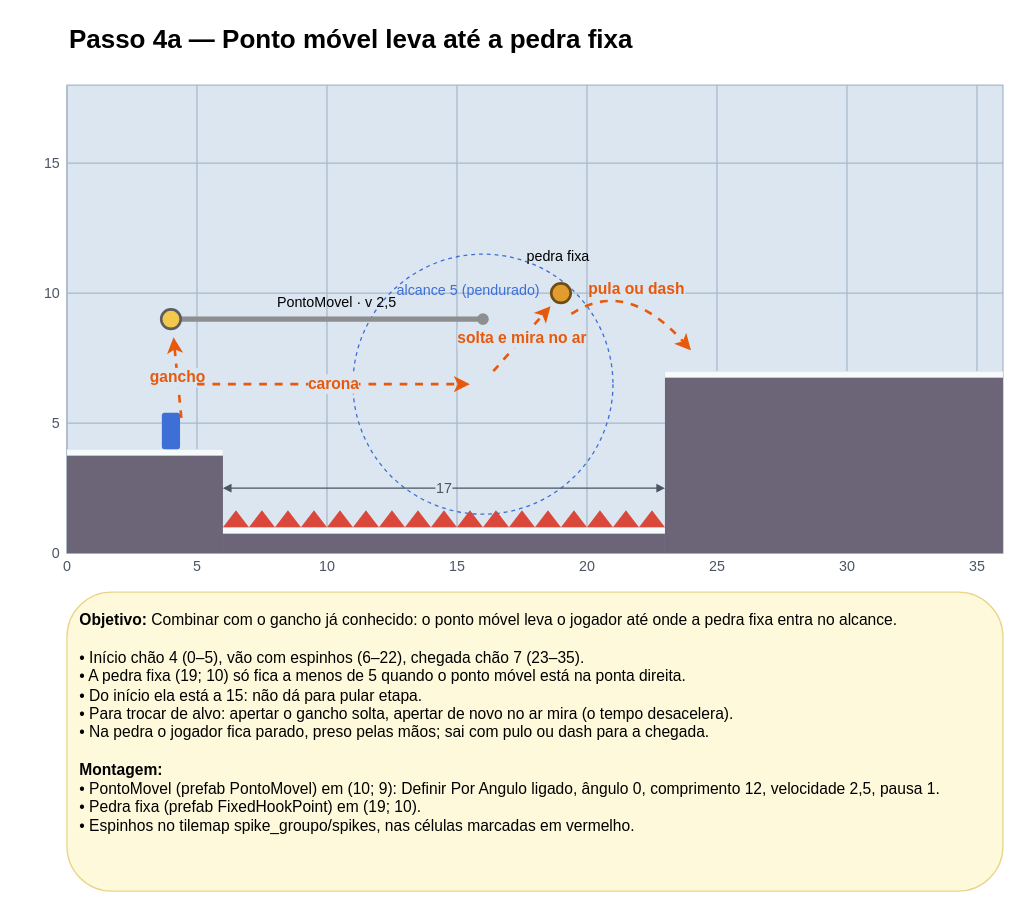
Above: page "Passo 4a — Ponto móvel leva até a pedra fixa" (5 of 20) of Design/level_design_ponto_movel.drawio in Vertigo-Game/prototipo (draw.io), before the change. Source tidied: cells renumbered, new cells numbered last; positions are measured from the earlier drawing's top-left corner, leaving out a move shared by most shapes. Both pictures are drawn from the tidied source at 130%, with x=0, y=0 at pixel (22, 22).
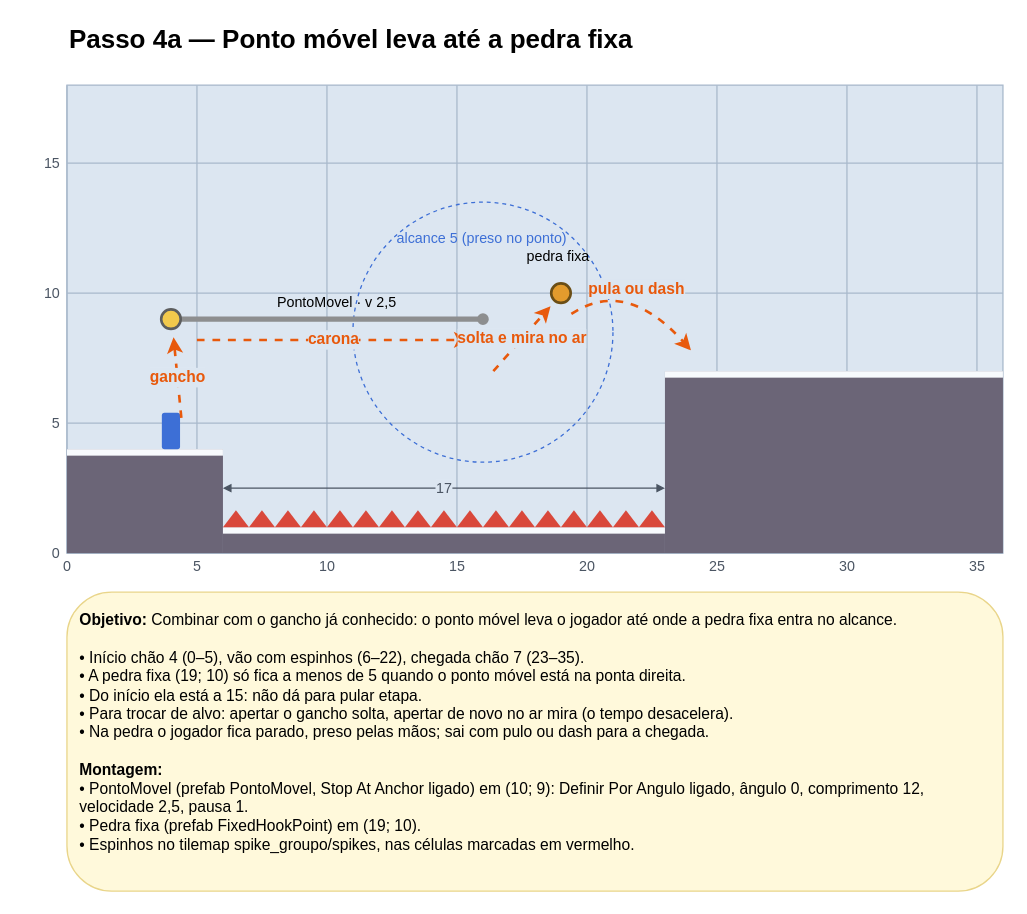
After the change.

Commit message (it also covers changes not shown here):
Adiciona o bloco 3 (vento) e ajusta os trechos ao ponto que segura nos desenhos de level design

What changed in the source:
```diff
@@
     <mxCell id="51" style="ellipse;html=1;fillColor=none;strokeColor=#3D6FD6;dashed=1;" parent="1" vertex="1">
-      <mxGeometry x="254" y="178" width="200" height="200" as="geometry" />
+      <mxGeometry x="254" y="138" width="200" height="200" as="geometry" />
     </mxCell>
-    <mxCell id="52" value="alcance 5 (pendurado)" style="text;html=1;strokeColor=none;fillColor=none;align=left;verticalAlign=middle;fontSize=11;fontColor=#3D6FD6;" parent="1" vertex="1">
-      <mxGeometry x="286" y="198" width="140" height="16" as="geometry" />
+    <mxCell id="52" value="alcance 5 (preso no ponto)" style="text;html=1;strokeColor=none;fillColor=none;align=left;verticalAlign=middle;fontSize=11;fontColor=#3D6FD6;" parent="1" vertex="1">
+      <mxGeometry x="286" y="158" width="140" height="16" as="geometry" />
     </mxCell>
@@
     <mxCell id="59" value="carona" style="endArrow=classic;html=1;curved=1;dashed=1;strokeColor=#E8590C;strokeWidth=2;fontSize=12;fontStyle=1;fontColor=#E8590C;labelBackgroundColor=#DCE6F1;" parent="1" edge="1">
       <mxGeometry relative="1" as="geometry">
-        <mxPoint x="134" y="278" as="sourcePoint" />
-        <mxPoint x="344" y="278" as="targetPoint" />
+        <mxPoint x="134" y="244" as="sourcePoint" />
+        <mxPoint x="344" y="244" as="targetPoint" />
       </mxGeometry>
     </mxCell>
@@
-    <mxCell id="64" value="&lt;b&gt;Objetivo:&lt;/b&gt; Combinar com o gancho já conhecido: o ponto móvel leva o jogador até onde a pedra fixa entra no alcance.&lt;br&gt;&lt;br&gt;• Início chão 4 (0–5), vão com espinhos (6–22), chegada chão 7 (23–35).&lt;br&gt;• A pedra fixa (19; 10) só fica a menos de 5 quando o ponto móvel está na ponta direita.&lt;br&gt;• Do início ela está a 15: não dá para pular etapa.&lt;br&gt;• Para trocar de alvo: apertar o gancho solta, apertar de novo no ar mira (o tempo desacelera).&lt;br&gt;• Na pedra o jogador fica parado, preso pelas mãos; sai com pulo ou dash para a chegada.&lt;br&gt;&lt;br&gt;&lt;b&gt;Montagem:&lt;/b&gt;&lt;br&gt;• PontoMovel (prefab PontoMovel) em (10; 9): Definir Por Angulo ligado, ângulo 0, comprimento 12, velocidade 2,5, pausa 1.&lt;br&gt;• Pedra fixa (prefab FixedHookPoint) em (19; 10).&lt;br&gt;• Espinhos no tilemap spike_groupo/spikes, nas células marcadas em vermelho." style="rounded=1;whiteSpace=wrap;html=1;align=left;verticalAlign=top;spacing=10;fontSize=12;fillColor=#FFF9DB;strokeColor=#E9D58A;" parent="1" vertex="1">
+    <mxCell id="64" value="&lt;b&gt;Objetivo:&lt;/b&gt; Combinar com o gancho já conhecido: o ponto móvel leva o jogador até onde a pedra fixa entra no alcance.&lt;br&gt;&lt;br&gt;• Início chão 4 (0–5), vão com espinhos (6–22), chegada chão 7 (23–35).&lt;br&gt;• A pedra fixa (19; 10) só fica a menos de 5 quando o ponto móvel está na ponta direita.&lt;br&gt;• Do início ela está a 15: não dá para pular etapa.&lt;br&gt;• Para trocar de alvo: apertar o gancho solta, apertar de novo no ar mira (o tempo desacelera).&lt;br&gt;• Na pedra o jogador fica parado, preso pelas mãos; sai com pulo ou dash para a chegada.&lt;br&gt;&lt;br&gt;&lt;b&gt;Montagem:&lt;/b&gt;&lt;br&gt;• PontoMovel (prefab PontoMovel, Stop At Anchor ligado) em (10; 9): Definir Por Angulo ligado, ângulo 0, comprimento 12, velocidade 2,5, pausa 1.&lt;br&gt;• Pedra fixa (prefab FixedHookPoint) em (19; 10).&lt;br&gt;• Espinhos no tilemap spike_groupo/spikes, nas células marcadas em vermelho." style="rounded=1;whiteSpace=wrap;html=1;align=left;verticalAlign=top;spacing=10;fontSize=12;fillColor=#FFF9DB;strokeColor=#E9D58A;" parent="1" vertex="1">
       <mxGeometry x="34" y="438" width="720" height="230" as="geometry" />
     </mxCell>
```
